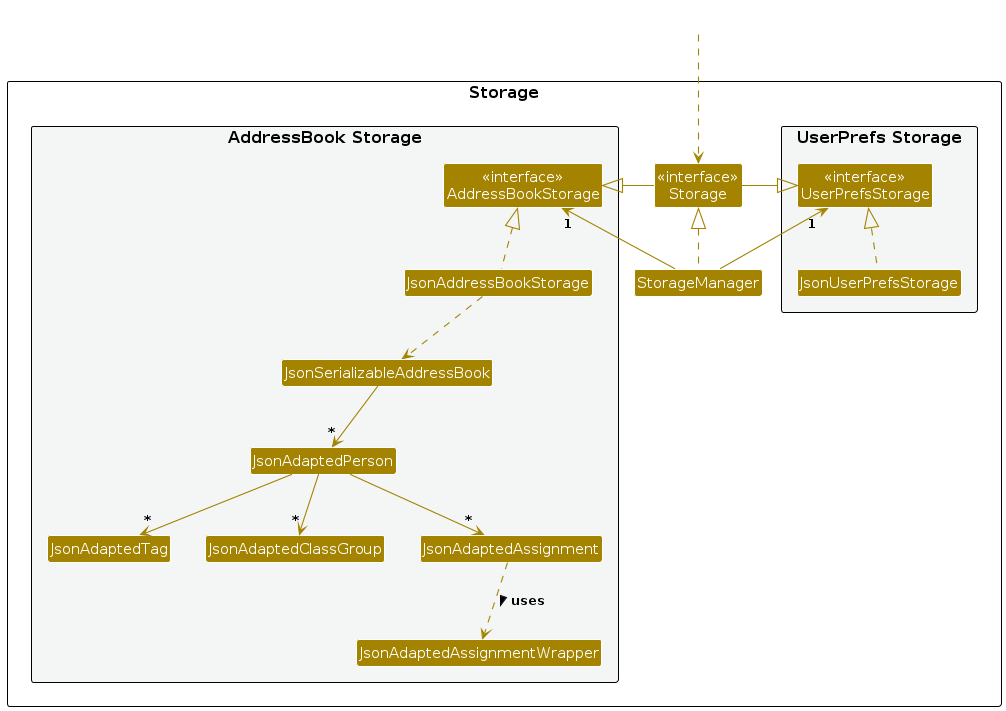
This is diagrams/StorageClassDiagram.png from AY2526S1-CS2103T-F14b-3/tp, a PlantUML export, as it was before one commit. Its source is kept beside it as diagrams/StorageClassDiagram.puml.
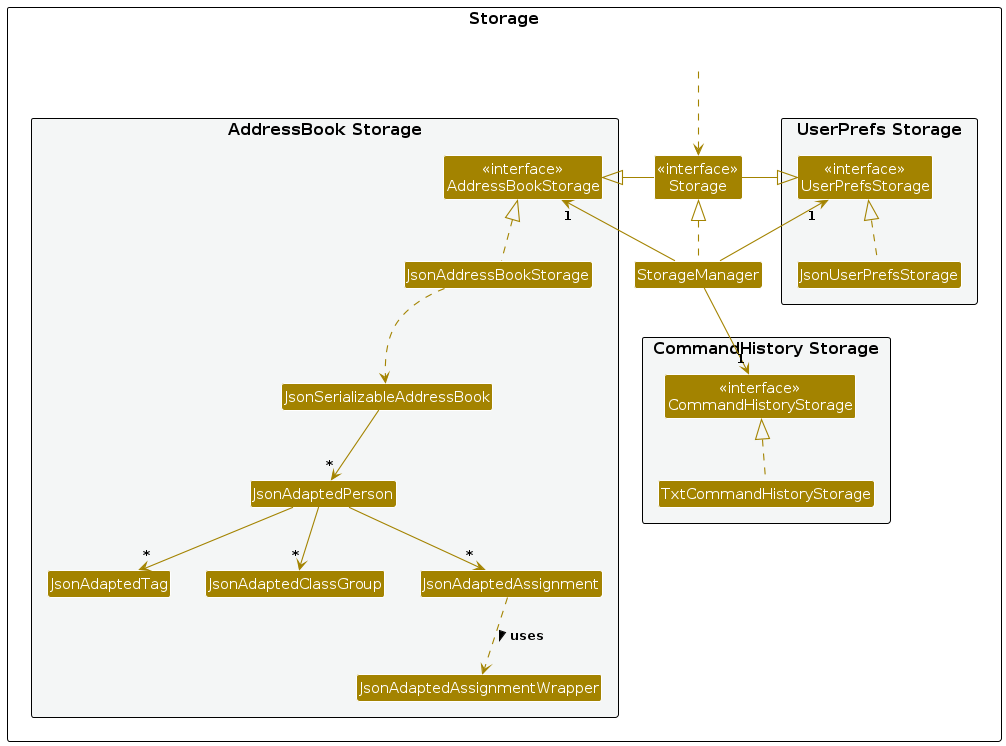
The same diagram one commit later.

Diff of the diagram source:
```diff
@@ -25,6 +25,9 @@
 Class JsonAdaptedAssignmentWrapper
 }
 
+package "CommandHistory Storage" #F4F6F6{
+Class "<<interface>>\nCommandHistoryStorage" as CommandHistoryStorage
+Class TxtCommandHistoryStorage
 }
 
 Class HiddenOutside #FFFFFF
@@ -33,6 +36,7 @@
 StorageManager .up.|> Storage
 StorageManager -up-> "1" UserPrefsStorage
 StorageManager -up-> "1" AddressBookStorage
+StorageManager -down-> "1" CommandHistoryStorage
 
 Storage -left-|> UserPrefsStorage
 Storage -right-|> AddressBookStorage
@@ -45,5 +49,5 @@
 JsonAdaptedPerson --> "*" JsonAdaptedClassGroup
 JsonAdaptedPerson --> "*" JsonAdaptedAssignment
 JsonAdaptedAssignment ..> JsonAdaptedAssignmentWrapper : uses >
-
+TxtCommandHistoryStorage .up.|> CommandHistoryStorage
 @enduml
```
